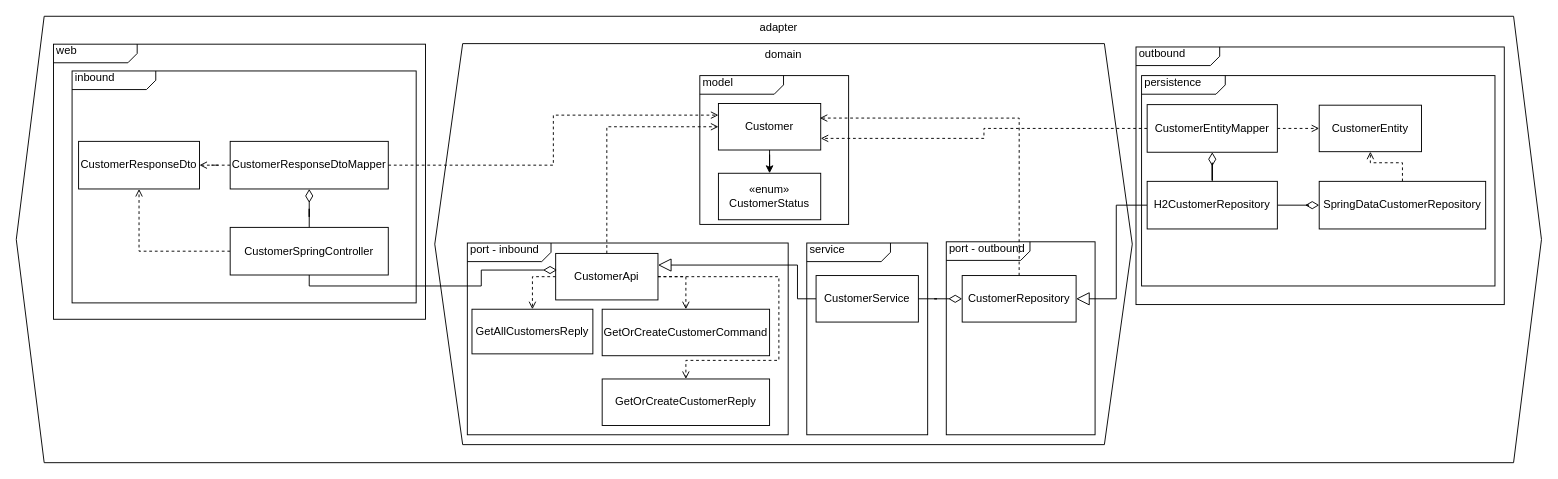
Above: page "beginstaat-customer" (4 of 9) of docs/assignment-diagrammen/diagrammen-verzameling.drawio in Quintor/hexagonal-architecture-workshop (draw.io), before the change. Source tidied: cells renumbered, new cells numbered last; positions are measured from the earlier drawing's top-left corner, leaving out a move shared by most shapes. Both pictures are drawn from the tidied source at 93%, with x=0, y=0 at pixel (16, 16).
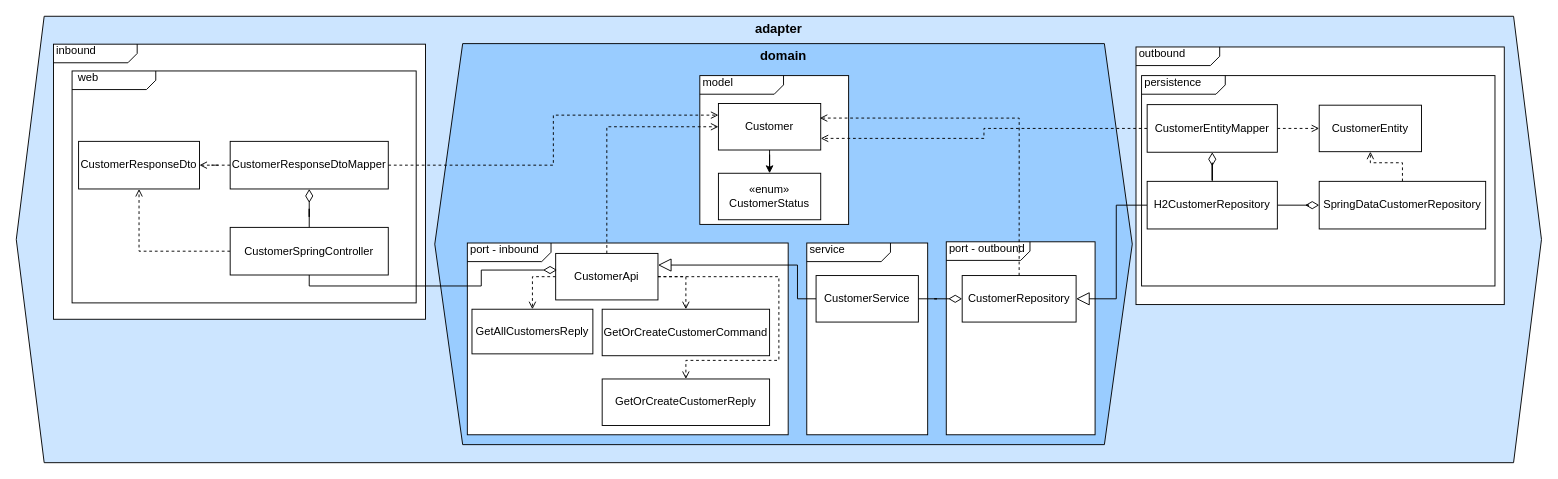
The same diagram, later.

The edit, as a diff of the source:
```diff
@@
-    <mxCell id="2" value="adapter" style="shape=hexagon;perimeter=hexagonPerimeter2;whiteSpace=wrap;html=1;fixedSize=1;align=center;verticalAlign=top;spacing=0;size=30;" parent="1" vertex="1">
+    <mxCell id="2" value="&lt;b&gt;&lt;font style=&quot;font-size: 14px;&quot;&gt;adapter&lt;/font&gt;&lt;/b&gt;" style="shape=hexagon;perimeter=hexagonPerimeter2;whiteSpace=wrap;html=1;fixedSize=1;align=center;verticalAlign=top;spacing=0;size=30;fillColor=#CCE5FF;" parent="1" vertex="1">
       <mxGeometry width="1640" height="480" as="geometry" />
     </mxCell>
-    <mxCell id="3" value="&amp;nbsp;web" style="html=1;shape=mxgraph.sysml.package;html=1;overflow=fill;whiteSpace=wrap;align=left;" parent="1" vertex="1">
+    <mxCell id="3" value="&amp;nbsp;inbound" style="html=1;shape=mxgraph.sysml.package;html=1;overflow=fill;whiteSpace=wrap;align=left;" parent="1" vertex="1">
       <mxGeometry x="40" y="30" width="400" height="295.8" as="geometry" />
     </mxCell>
-    <mxCell id="4" value="domain" style="shape=hexagon;perimeter=hexagonPerimeter2;whiteSpace=wrap;html=1;fixedSize=1;align=center;verticalAlign=top;spacing=0;size=30;" parent="1" vertex="1">
+    <mxCell id="4" value="&lt;b&gt;&lt;font style=&quot;font-size: 14px;&quot;&gt;domain&lt;/font&gt;&lt;/b&gt;" style="shape=hexagon;perimeter=hexagonPerimeter2;whiteSpace=wrap;html=1;fixedSize=1;align=center;verticalAlign=top;spacing=0;size=30;fillColor=#99CCFF;" parent="1" vertex="1">
       <mxGeometry x="450" y="29.4" width="750" height="431.2" as="geometry" />
     </mxCell>
@@
-    <mxCell id="8" value="&amp;nbsp;inbound" style="html=1;shape=mxgraph.sysml.package;html=1;overflow=fill;whiteSpace=wrap;align=left;" parent="1" vertex="1">
+    <mxCell id="8" value="&amp;nbsp; web" style="html=1;shape=mxgraph.sysml.package;html=1;overflow=fill;whiteSpace=wrap;align=left;" parent="1" vertex="1">
       <mxGeometry x="60" y="58.8" width="370" height="249.4" as="geometry" />
     </mxCell>
```
